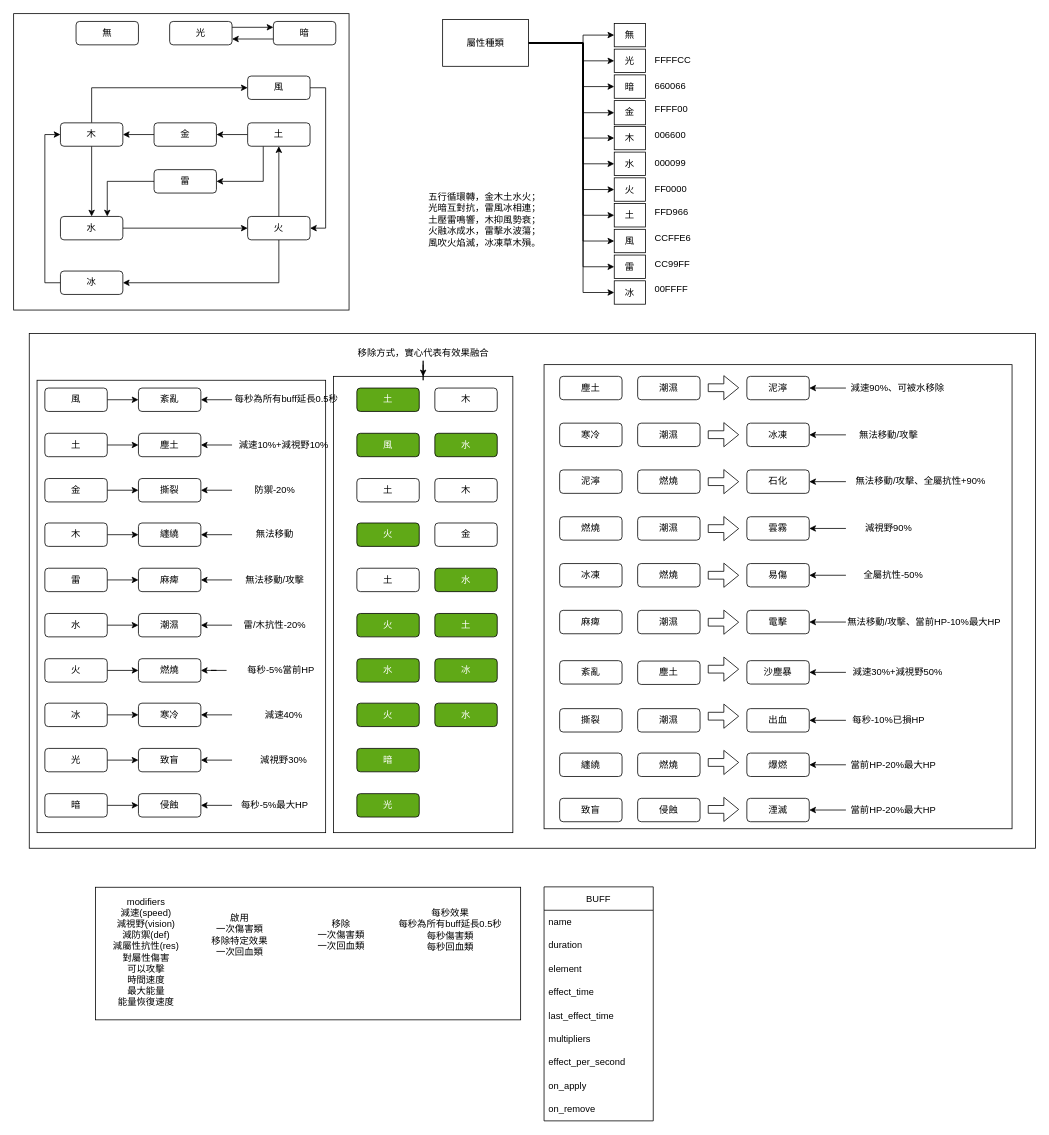
This is page "屬性與效果表" (3 of 5) of 計劃書.drawio from jui-pixel/aoop_2025_group12_Alchmey_RPG_game, a draw.io file, before an edit. Source tidied: cells renumbered, new cells numbered last; positions are measured from the earlier drawing's top-left corner, leaving out a move shared by most shapes. Both pictures are drawn from the tidied source at 78%, with x=0, y=0 at pixel (13, 13).
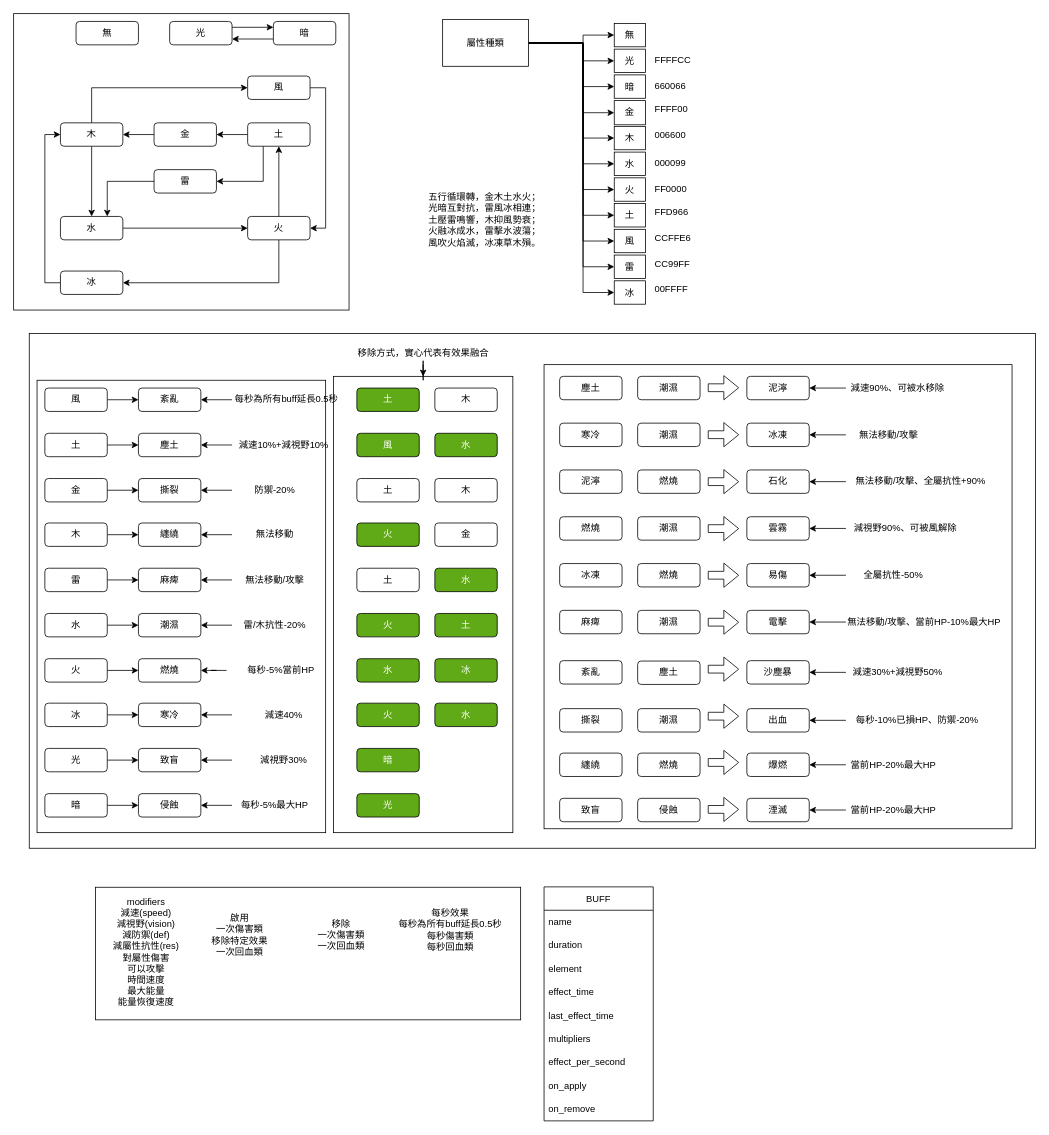
The same page after the edit.

Unchanged cells that the change refers to:
```xml
<mxCell id="84" style="group;" parent="30" vertex="1">
  <mxGeometry x="660" y="40" width="600" height="595" as="geometry" />
</mxCell>
```

The edit, as a diff of the source:
```diff
@@
-    <mxCell id="123" value="&lt;span style=&quot;white-space-collapse: preserve;&quot;&gt;減視野90%&lt;/span&gt;" style="text;html=1;align=center;verticalAlign=middle;whiteSpace=wrap;rounded=0;" parent="84" vertex="1">
-      <mxGeometry x="387" y="195" width="110" height="30" as="geometry" />
+    <mxCell id="123" value="&lt;span style=&quot;white-space-collapse: preserve;&quot;&gt;減視野90%、可被風解除&lt;/span&gt;" style="text;html=1;align=center;verticalAlign=middle;whiteSpace=wrap;rounded=0;" parent="84" vertex="1">
+      <mxGeometry x="387" y="195" width="153" height="30" as="geometry" />
     </mxCell>
@@
-    <mxCell id="131" value="每秒-10%已損HP" style="text;html=1;align=center;verticalAlign=middle;whiteSpace=wrap;rounded=0;" parent="84" vertex="1">
-      <mxGeometry x="387" y="441" width="110" height="30" as="geometry" />
+    <mxCell id="131" value="每秒-10%已損HP、防禦-20%" style="text;html=1;align=center;verticalAlign=middle;whiteSpace=wrap;rounded=0;" parent="84" vertex="1">
+      <mxGeometry x="387" y="441" width="183" height="30" as="geometry" />
     </mxCell>
```
